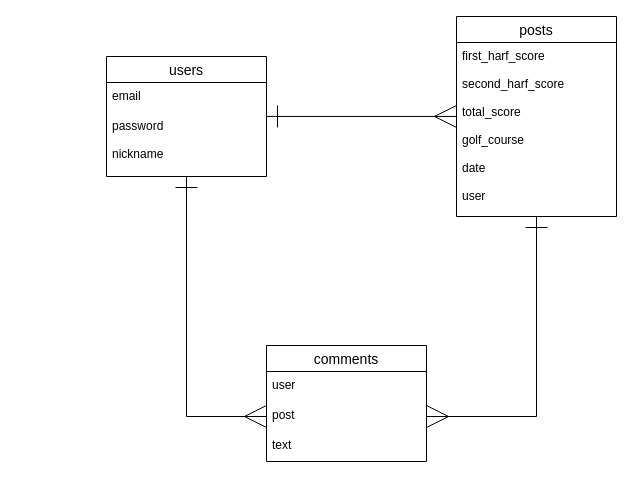
Above: GNS.dio in tamu-kazu/GNS (draw.io), before the change. Source tidied: cells renumbered, new cells numbered last; positions are measured from the earlier drawing's top-left corner, leaving out a move shared by most shapes. Both pictures are drawn from the tidied source at 100%, with x=0, y=0 at pixel (106, 16).
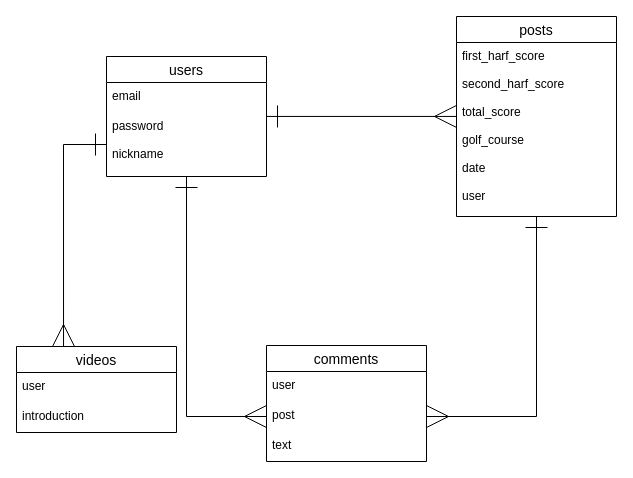
The same page after the edit.

Change to the diagram source:
```diff
@@
 <mxGraphModel>
   <root>
     <mxCell id="0" />
     <mxCell id="1" parent="0" />
     <mxCell id="2" style="edgeStyle=orthogonalEdgeStyle;rounded=0;jettySize=auto;html=1;entryX=1;entryY=0.5;entryDx=0;entryDy=0;startArrow=ERone;startFill=0;startSize=20;endArrow=ERmany;endFill=0;endSize=20;" parent="1" edge="1" source="3" target="7">
       <mxGeometry relative="1" as="geometry" />
     </mxCell>
     <mxCell id="3" value="posts" style="swimlane;fontStyle=0;horizontal=1;startSize=26;align=center;fontSize=14;" parent="1" vertex="1">
       <mxGeometry x="350" width="160" height="200" as="geometry" />
     </mxCell>
     <mxCell id="4" value="first_harf_score&#10;&#10;second_harf_score&#10;&#10;total_score&#10;&#10;golf_course&#10;&#10;date&#10;&#10;user&#10;&#10;" style="text;strokeColor=none;fillColor=none;spacingLeft=4;spacingRight=4;overflow=hidden;points=[[0,0.5],[1,0.5]];portConstraint=eastwest;fontSize=12;" parent="3" vertex="1">
       <mxGeometry y="26" width="160" height="174" as="geometry" />
     </mxCell>
     <mxCell id="5" value="comments" style="swimlane;fontStyle=0;horizontal=1;startSize=26;align=center;fontSize=14;" parent="1" vertex="1">
       <mxGeometry x="160" y="329" width="160" height="116" as="geometry" />
     </mxCell>
     <mxCell id="6" value="user&#10;" style="text;strokeColor=none;fillColor=none;spacingLeft=4;spacingRight=4;overflow=hidden;fontSize=12;" parent="5" vertex="1">
       <mxGeometry y="26" width="160" height="30" as="geometry" />
     </mxCell>
     <mxCell id="7" value="post&#10;" style="text;strokeColor=none;fillColor=none;spacingLeft=4;spacingRight=4;overflow=hidden;points=[[0,0.5],[1,0.5]];portConstraint=eastwest;fontSize=12;" parent="5" vertex="1">
       <mxGeometry y="56" width="160" height="30" as="geometry" />
     </mxCell>
     <mxCell id="8" value="text&#10;" style="text;strokeColor=none;fillColor=none;spacingLeft=4;spacingRight=4;overflow=hidden;fontSize=12;" parent="5" vertex="1">
       <mxGeometry y="86" width="160" height="30" as="geometry" />
     </mxCell>
     <mxCell id="9" style="edgeStyle=orthogonalEdgeStyle;rounded=0;jettySize=auto;html=1;entryX=0;entryY=0.425;entryDx=0;entryDy=0;entryPerimeter=0;endArrow=ERmany;endFill=0;startArrow=ERone;startFill=0;startSize=20;endSize=20;" parent="1" edge="1" source="11" target="4">
       <mxGeometry relative="1" as="geometry" />
     </mxCell>
     <mxCell id="10" style="edgeStyle=orthogonalEdgeStyle;rounded=0;jettySize=auto;html=1;entryX=0;entryY=0.5;entryDx=0;entryDy=0;startArrow=ERone;startFill=0;startSize=20;endArrow=ERmany;endFill=0;endSize=20;" parent="1" edge="1" source="11" target="7">
       <mxGeometry relative="1" as="geometry" />
     </mxCell>
     <mxCell id="11" value="users" style="swimlane;fontStyle=0;horizontal=1;startSize=26;align=center;fontSize=14;" parent="1" vertex="1">
       <mxGeometry y="40" width="160" height="120" as="geometry" />
     </mxCell>
     <mxCell id="12" value="email&#10;&#10;" style="text;strokeColor=none;fillColor=none;spacingLeft=4;spacingRight=4;overflow=hidden;fontSize=12;" parent="11" vertex="1">
       <mxGeometry y="26" width="160" height="30" as="geometry" />
     </mxCell>
     <mxCell id="13" value="password&#10;&#10;nickname&#10;" style="text;strokeColor=none;fillColor=none;spacingLeft=4;spacingRight=4;overflow=hidden;points=[[0,0.5],[1,0.5]];portConstraint=eastwest;fontSize=12;" parent="11" vertex="1">
       <mxGeometry y="56" width="160" height="64" as="geometry" />
     </mxCell>
+    <mxCell id="14" value="videos" style="swimlane;fontStyle=0;horizontal=1;startSize=26;align=center;fontSize=14;" parent="1" vertex="1">
+      <mxGeometry x="-90" y="330" width="160" height="86" as="geometry" />
+    </mxCell>
+    <mxCell id="15" value="user" style="text;strokeColor=none;fillColor=none;spacingLeft=4;spacingRight=4;overflow=hidden;fontSize=12;" parent="14" vertex="1">
+      <mxGeometry y="26" width="160" height="30" as="geometry" />
+    </mxCell>
+    <mxCell id="16" value="introduction&#10;" style="text;strokeColor=none;fillColor=none;spacingLeft=4;spacingRight=4;overflow=hidden;fontSize=12;" parent="14" vertex="1">
+      <mxGeometry y="56" width="160" height="30" as="geometry" />
+    </mxCell>
+    <mxCell id="17" style="edgeStyle=orthogonalEdgeStyle;rounded=0;jettySize=auto;html=1;exitX=0;exitY=0.5;exitDx=0;exitDy=0;entryX=0.294;entryY=0;entryDx=0;entryDy=0;entryPerimeter=0;startArrow=ERone;startFill=0;startSize=20;endArrow=ERmany;endFill=0;endSize=20;" parent="1" edge="1" source="13" target="14">
+      <mxGeometry relative="1" as="geometry" />
+    </mxCell>
   </root>
 </mxGraphModel>
```
